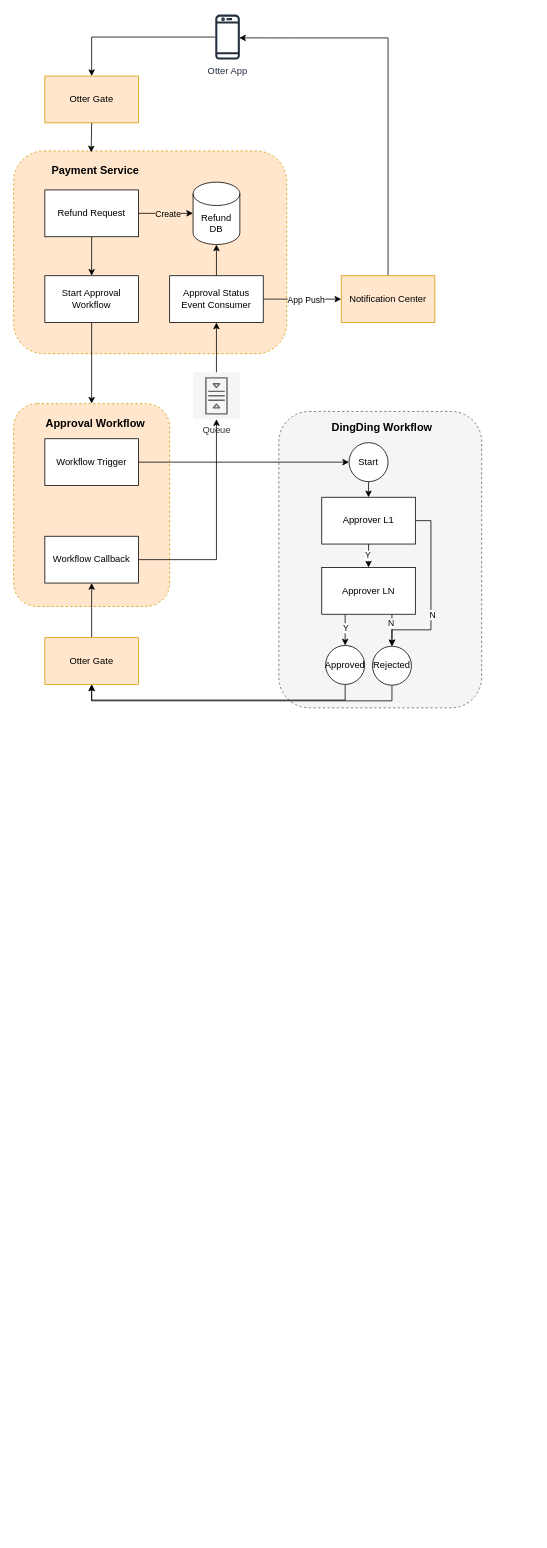
The draw.io diagram Refund Process.drawio in evagle/awesome, before the edit. Source tidied: cells renumbered, new cells numbered last; positions are measured from the earlier drawing's top-left corner, leaving out a move shared by most shapes. Both pictures are drawn from the tidied source at 78%, with x=0, y=0 at pixel (13, 13).
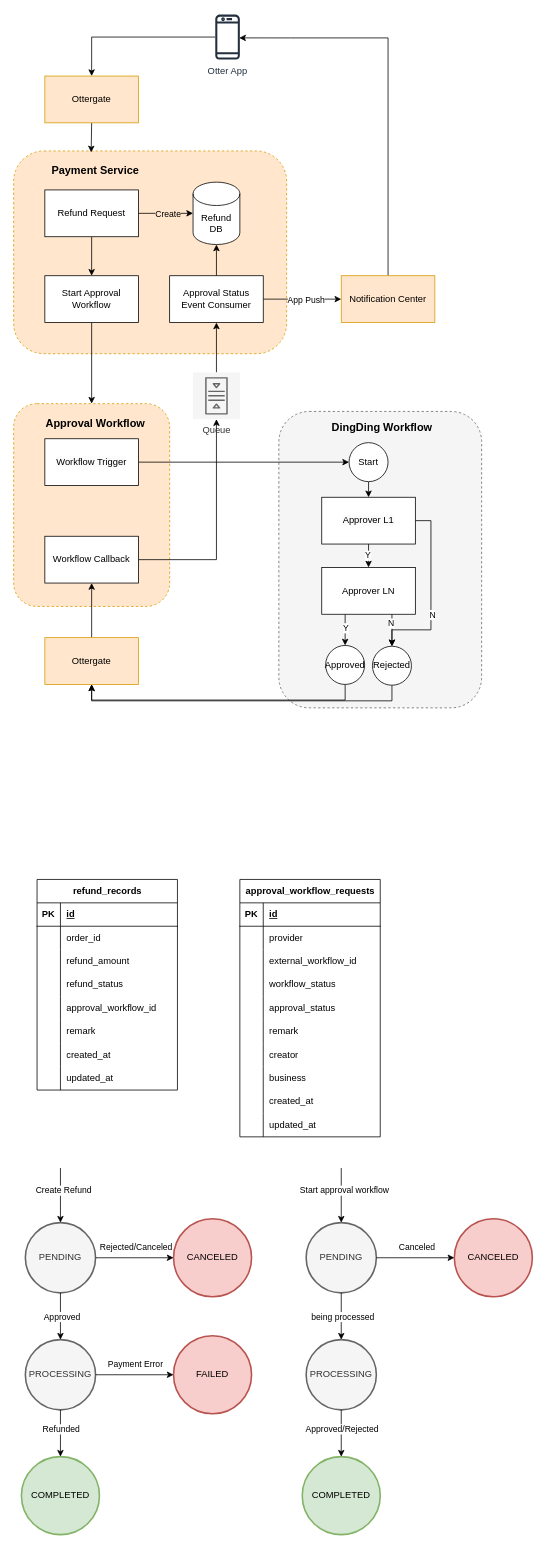
The same diagram, later.

Diff of the diagram source:
```diff
@@
-    <mxCell id="46" value="Otter Gate" style="rounded=0;whiteSpace=wrap;html=1;fillColor=#ffe6cc;strokeColor=#d79b00;" parent="1" vertex="1">
+    <mxCell id="46" value="Ottergate" style="rounded=0;whiteSpace=wrap;html=1;fillColor=#ffe6cc;strokeColor=#d79b00;" parent="1" vertex="1">
       <mxGeometry x="40" y="80" width="120" height="60" as="geometry" />
     </mxCell>
@@
-    <mxCell id="48" value="Otter Gate" style="rounded=0;whiteSpace=wrap;html=1;fillColor=#ffe6cc;strokeColor=#d79b00;" parent="1" vertex="1">
+    <mxCell id="48" value="Ottergate" style="rounded=0;whiteSpace=wrap;html=1;fillColor=#ffe6cc;strokeColor=#d79b00;" parent="1" vertex="1">
       <mxGeometry x="40" y="800" width="120" height="60" as="geometry" />
     </mxCell>
+    <mxCell id="49" value="refund_records" style="shape=table;startSize=30;childLayout=tableLayout;rowLines=0;fontStyle=1;align=center;html=1;" parent="1" vertex="1">
+      <mxGeometry x="30" y="1110" width="180" height="270" as="geometry" />
+    </mxCell>
+    <mxCell id="50" style="shape=tableRow;horizontal=0;startSize=0;swimlaneHead=0;swimlaneBody=0;fillColor=none;top=0;left=0;right=0;bottom=1;" parent="49" vertex="1">
+      <mxGeometry y="30" width="180" height="30" as="geometry" />
+    </mxCell>
+    <mxCell id="51" value="PK" style="shape=partialRectangle;fillColor=none;top=0;left=0;bottom=0;right=0;fontStyle=1;overflow=hidden;whiteSpace=wrap;html=1;" parent="50" vertex="1">
+      <mxGeometry width="30" height="30" as="geometry" />
+    </mxCell>
+    <mxCell id="52" value="id" style="shape=partialRectangle;fillColor=none;top=0;left=0;bottom=0;right=0;align=left;spacingLeft=6;fontStyle=5;overflow=hidden;whiteSpace=wrap;html=1;" parent="50" vertex="1">
+      <mxGeometry x="30" width="150" height="30" as="geometry" />
+    </mxCell>
+    <mxCell id="53" style="shape=tableRow;horizontal=0;startSize=0;swimlaneHead=0;swimlaneBody=0;fillColor=none;top=0;left=0;right=0;bottom=0;" parent="49" vertex="1">
+      <mxGeometry y="60" width="180" height="30" as="geometry" />
+    </mxCell>
+    <mxCell id="54" style="shape=partialRectangle;fillColor=none;top=0;left=0;bottom=0;right=0;overflow=hidden;whiteSpace=wrap;html=1;" parent="53" vertex="1">
+      <mxGeometry width="30" height="30" as="geometry" />
+    </mxCell>
+    <mxCell id="55" value="order_id" style="shape=partialRectangle;fillColor=none;top=0;left=0;bottom=0;right=0;align=left;spacingLeft=6;overflow=hidden;whiteSpace=wrap;html=1;" parent="53" vertex="1">
+      <mxGeometry x="30" width="150" height="30" as="geometry" />
+    </mxCell>
+    <mxCell id="56" style="shape=tableRow;horizontal=0;startSize=0;swimlaneHead=0;swimlaneBody=0;fillColor=none;top=0;left=0;right=0;bottom=0;" parent="49" vertex="1">
+      <mxGeometry y="90" width="180" height="30" as="geometry" />
+    </mxCell>
+    <mxCell id="57" style="shape=partialRectangle;fillColor=none;top=0;left=0;bottom=0;right=0;overflow=hidden;whiteSpace=wrap;html=1;" parent="56" vertex="1">
+      <mxGeometry width="30" height="30" as="geometry" />
+    </mxCell>
+    <mxCell id="58" value="refund_amount" style="shape=partialRectangle;fillColor=none;top=0;left=0;bottom=0;right=0;align=left;spacingLeft=6;overflow=hidden;whiteSpace=wrap;html=1;" parent="56" vertex="1">
+      <mxGeometry x="30" width="150" height="30" as="geometry" />
+    </mxCell>
+    <mxCell id="59" style="shape=tableRow;horizontal=0;startSize=0;swimlaneHead=0;swimlaneBody=0;fillColor=none;top=0;left=0;right=0;bottom=0;" parent="49" vertex="1">
+      <mxGeometry y="120" width="180" height="30" as="geometry" />
+    </mxCell>
+    <mxCell id="60" style="shape=partialRectangle;fillColor=none;top=0;left=0;bottom=0;right=0;overflow=hidden;whiteSpace=wrap;html=1;" parent="59" vertex="1">
+      <mxGeometry width="30" height="30" as="geometry" />
+    </mxCell>
+    <mxCell id="61" value="refund_status" style="shape=partialRectangle;fillColor=none;top=0;left=0;bottom=0;right=0;align=left;spacingLeft=6;overflow=hidden;whiteSpace=wrap;html=1;" parent="59" vertex="1">
+      <mxGeometry x="30" width="150" height="30" as="geometry" />
+    </mxCell>
+    <mxCell id="62" style="shape=tableRow;horizontal=0;startSize=0;swimlaneHead=0;swimlaneBody=0;fillColor=none;top=0;left=0;right=0;bottom=0;" parent="49" vertex="1">
+      <mxGeometry y="150" width="180" height="30" as="geometry" />
+    </mxCell>
+    <mxCell id="63" style="shape=partialRectangle;fillColor=none;top=0;left=0;bottom=0;right=0;overflow=hidden;whiteSpace=wrap;html=1;" parent="62" vertex="1">
+      <mxGeometry width="30" height="30" as="geometry" />
+    </mxCell>
+    <mxCell id="64" value="approval_workflow_id" style="shape=partialRectangle;fillColor=none;top=0;left=0;bottom=0;right=0;align=left;spacingLeft=6;overflow=hidden;whiteSpace=wrap;html=1;" parent="62" vertex="1">
+      <mxGeometry x="30" width="150" height="30" as="geometry" />
+    </mxCell>
+    <mxCell id="65" style="shape=tableRow;horizontal=0;startSize=0;swimlaneHead=0;swimlaneBody=0;fillColor=none;top=0;left=0;right=0;bottom=0;" parent="49" vertex="1">
+      <mxGeometry y="180" width="180" height="30" as="geometry" />
+    </mxCell>
+    <mxCell id="66" style="shape=partialRectangle;fillColor=none;top=0;left=0;bottom=0;right=0;overflow=hidden;whiteSpace=wrap;html=1;" parent="65" vertex="1">
+      <mxGeometry width="30" height="30" as="geometry" />
+    </mxCell>
+    <mxCell id="67" value="remark" style="shape=partialRectangle;fillColor=none;top=0;left=0;bottom=0;right=0;align=left;spacingLeft=6;overflow=hidden;whiteSpace=wrap;html=1;" parent="65" vertex="1">
+      <mxGeometry x="30" width="150" height="30" as="geometry" />
+    </mxCell>
+    <mxCell id="68" style="shape=tableRow;horizontal=0;startSize=0;swimlaneHead=0;swimlaneBody=0;fillColor=none;top=0;left=0;right=0;bottom=0;" parent="49" vertex="1">
+      <mxGeometry y="210" width="180" height="30" as="geometry" />
+    </mxCell>
+    <mxCell id="69" style="shape=partialRectangle;fillColor=none;top=0;left=0;bottom=0;right=0;overflow=hidden;whiteSpace=wrap;html=1;" parent="68" vertex="1">
+      <mxGeometry width="30" height="30" as="geometry" />
+    </mxCell>
+    <mxCell id="70" value="created_at" style="shape=partialRectangle;fillColor=none;top=0;left=0;bottom=0;right=0;align=left;spacingLeft=6;overflow=hidden;whiteSpace=wrap;html=1;" parent="68" vertex="1">
+      <mxGeometry x="30" width="150" height="30" as="geometry" />
+    </mxCell>
+    <mxCell id="71" style="shape=tableRow;horizontal=0;startSize=0;swimlaneHead=0;swimlaneBody=0;fillColor=none;top=0;left=0;right=0;bottom=0;" parent="49" vertex="1">
+      <mxGeometry y="240" width="180" height="30" as="geometry" />
+    </mxCell>
+    <mxCell id="72" style="shape=partialRectangle;fillColor=none;top=0;left=0;bottom=0;right=0;overflow=hidden;whiteSpace=wrap;html=1;" parent="71" vertex="1">
+      <mxGeometry width="30" height="30" as="geometry" />
+    </mxCell>
+    <mxCell id="73" value="updated_at" style="shape=partialRectangle;fillColor=none;top=0;left=0;bottom=0;right=0;align=left;spacingLeft=6;overflow=hidden;whiteSpace=wrap;html=1;" parent="71" vertex="1">
+      <mxGeometry x="30" width="150" height="30" as="geometry" />
+    </mxCell>
+    <mxCell id="74" value="approval_workflow_requests" style="shape=table;startSize=30;childLayout=tableLayout;rowLines=0;fontStyle=1;align=center;html=1;" parent="1" vertex="1">
+      <mxGeometry x="290" y="1110" width="180" height="330" as="geometry" />
+    </mxCell>
+    <mxCell id="75" style="shape=tableRow;horizontal=0;startSize=0;swimlaneHead=0;swimlaneBody=0;fillColor=none;top=0;left=0;right=0;bottom=1;" parent="74" vertex="1">
+      <mxGeometry y="30" width="180" height="30" as="geometry" />
+    </mxCell>
+    <mxCell id="76" value="PK" style="shape=partialRectangle;fillColor=none;top=0;left=0;bottom=0;right=0;fontStyle=1;overflow=hidden;whiteSpace=wrap;html=1;" parent="75" vertex="1">
+      <mxGeometry width="30" height="30" as="geometry" />
+    </mxCell>
+    <mxCell id="77" value="id" style="shape=partialRectangle;fillColor=none;top=0;left=0;bottom=0;right=0;align=left;spacingLeft=6;fontStyle=5;overflow=hidden;whiteSpace=wrap;html=1;" parent="75" vertex="1">
+      <mxGeometry x="30" width="150" height="30" as="geometry" />
+    </mxCell>
+    <mxCell id="78" style="shape=tableRow;horizontal=0;startSize=0;swimlaneHead=0;swimlaneBody=0;fillColor=none;top=0;left=0;right=0;bottom=0;" parent="74" vertex="1">
+      <mxGeometry y="60" width="180" height="30" as="geometry" />
+    </mxCell>
+    <mxCell id="79" style="shape=partialRectangle;fillColor=none;top=0;left=0;bottom=0;right=0;overflow=hidden;whiteSpace=wrap;html=1;" parent="78" vertex="1">
+      <mxGeometry width="30" height="30" as="geometry" />
+    </mxCell>
+    <mxCell id="80" value="provider" style="shape=partialRectangle;fillColor=none;top=0;left=0;bottom=0;right=0;align=left;spacingLeft=6;overflow=hidden;whiteSpace=wrap;html=1;" parent="78" vertex="1">
+      <mxGeometry x="30" width="150" height="30" as="geometry" />
+    </mxCell>
+    <mxCell id="81" style="shape=tableRow;horizontal=0;startSize=0;swimlaneHead=0;swimlaneBody=0;fillColor=none;top=0;left=0;right=0;bottom=0;" parent="74" vertex="1">
+      <mxGeometry y="90" width="180" height="30" as="geometry" />
+    </mxCell>
+    <mxCell id="82" style="shape=partialRectangle;fillColor=none;top=0;left=0;bottom=0;right=0;overflow=hidden;whiteSpace=wrap;html=1;" parent="81" vertex="1">
+      <mxGeometry width="30" height="30" as="geometry" />
+    </mxCell>
+    <mxCell id="83" value="external_workflow_id" style="shape=partialRectangle;fillColor=none;top=0;left=0;bottom=0;right=0;align=left;spacingLeft=6;overflow=hidden;whiteSpace=wrap;html=1;" parent="81" vertex="1">
+      <mxGeometry x="30" width="150" height="30" as="geometry" />
+    </mxCell>
+    <mxCell id="84" style="shape=tableRow;horizontal=0;startSize=0;swimlaneHead=0;swimlaneBody=0;fillColor=none;top=0;left=0;right=0;bottom=0;" parent="74" vertex="1">
+      <mxGeometry y="120" width="180" height="30" as="geometry" />
+    </mxCell>
+    <mxCell id="85" style="shape=partialRectangle;fillColor=none;top=0;left=0;bottom=0;right=0;overflow=hidden;whiteSpace=wrap;html=1;" parent="84" vertex="1">
+      <mxGeometry width="30" height="30" as="geometry" />
+    </mxCell>
+    <mxCell id="86" value="workflow_status" style="shape=partialRectangle;fillColor=none;top=0;left=0;bottom=0;right=0;align=left;spacingLeft=6;overflow=hidden;whiteSpace=wrap;html=1;" parent="84" vertex="1">
+      <mxGeometry x="30" width="150" height="30" as="geometry" />
+    </mxCell>
+    <mxCell id="87" style="shape=tableRow;horizontal=0;startSize=0;swimlaneHead=0;swimlaneBody=0;fillColor=none;top=0;left=0;right=0;bottom=0;" parent="74" vertex="1">
+      <mxGeometry y="150" width="180" height="30" as="geometry" />
+    </mxCell>
+    <mxCell id="88" style="shape=partialRectangle;fillColor=none;top=0;left=0;bottom=0;right=0;overflow=hidden;whiteSpace=wrap;html=1;" parent="87" vertex="1">
+      <mxGeometry width="30" height="30" as="geometry" />
+    </mxCell>
+    <mxCell id="89" value="approval_status" style="shape=partialRectangle;fillColor=none;top=0;left=0;bottom=0;right=0;align=left;spacingLeft=6;overflow=hidden;whiteSpace=wrap;html=1;" parent="87" vertex="1">
+      <mxGeometry x="30" width="150" height="30" as="geometry" />
+    </mxCell>
+    <mxCell id="90" style="shape=tableRow;horizontal=0;startSize=0;swimlaneHead=0;swimlaneBody=0;fillColor=none;top=0;left=0;right=0;bottom=0;" parent="74" vertex="1">
+      <mxGeometry y="180" width="180" height="30" as="geometry" />
+    </mxCell>
+    <mxCell id="91" style="shape=partialRectangle;fillColor=none;top=0;left=0;bottom=0;right=0;overflow=hidden;whiteSpace=wrap;html=1;" parent="90" vertex="1">
+      <mxGeometry width="30" height="30" as="geometry" />
+    </mxCell>
+    <mxCell id="92" value="remark" style="shape=partialRectangle;fillColor=none;top=0;left=0;bottom=0;right=0;align=left;spacingLeft=6;overflow=hidden;whiteSpace=wrap;html=1;" parent="90" vertex="1">
+      <mxGeometry x="30" width="150" height="30" as="geometry" />
+    </mxCell>
+    <mxCell id="93" style="shape=tableRow;horizontal=0;startSize=0;swimlaneHead=0;swimlaneBody=0;fillColor=none;top=0;left=0;right=0;bottom=0;" parent="74" vertex="1">
+      <mxGeometry y="210" width="180" height="30" as="geometry" />
+    </mxCell>
+    <mxCell id="94" style="shape=partialRectangle;fillColor=none;top=0;left=0;bottom=0;right=0;overflow=hidden;whiteSpace=wrap;html=1;" parent="93" vertex="1">
+      <mxGeometry width="30" height="30" as="geometry" />
+    </mxCell>
+    <mxCell id="95" value="creator" style="shape=partialRectangle;fillColor=none;top=0;left=0;bottom=0;right=0;align=left;spacingLeft=6;overflow=hidden;whiteSpace=wrap;html=1;" parent="93" vertex="1">
+      <mxGeometry x="30" width="150" height="30" as="geometry" />
+    </mxCell>
+    <mxCell id="96" style="shape=tableRow;horizontal=0;startSize=0;swimlaneHead=0;swimlaneBody=0;fillColor=none;top=0;left=0;right=0;bottom=0;" parent="74" vertex="1">
+      <mxGeometry y="240" width="180" height="30" as="geometry" />
+    </mxCell>
+    <mxCell id="97" style="shape=partialRectangle;fillColor=none;top=0;left=0;bottom=0;right=0;overflow=hidden;whiteSpace=wrap;html=1;" parent="96" vertex="1">
+      <mxGeometry width="30" height="30" as="geometry" />
+    </mxCell>
+    <mxCell id="98" value="business" style="shape=partialRectangle;fillColor=none;top=0;left=0;bottom=0;right=0;align=left;spacingLeft=6;overflow=hidden;whiteSpace=wrap;html=1;" parent="96" vertex="1">
+      <mxGeometry x="30" width="150" height="30" as="geometry" />
+    </mxCell>
+    <mxCell id="99" style="shape=tableRow;horizontal=0;startSize=0;swimlaneHead=0;swimlaneBody=0;fillColor=none;top=0;left=0;right=0;bottom=0;" parent="74" vertex="1">
+      <mxGeometry y="270" width="180" height="30" as="geometry" />
+    </mxCell>
+    <mxCell id="100" style="shape=partialRectangle;fillColor=none;top=0;left=0;bottom=0;right=0;overflow=hidden;whiteSpace=wrap;html=1;" parent="99" vertex="1">
+      <mxGeometry width="30" height="30" as="geometry" />
+    </mxCell>
+    <mxCell id="101" value="created_at" style="shape=partialRectangle;fillColor=none;top=0;left=0;bottom=0;right=0;align=left;spacingLeft=6;overflow=hidden;whiteSpace=wrap;html=1;" parent="99" vertex="1">
+      <mxGeometry x="30" width="150" height="30" as="geometry" />
+    </mxCell>
+    <mxCell id="102" style="shape=tableRow;horizontal=0;startSize=0;swimlaneHead=0;swimlaneBody=0;fillColor=none;top=0;left=0;right=0;bottom=0;" parent="74" vertex="1">
+      <mxGeometry y="300" width="180" height="30" as="geometry" />
+    </mxCell>
+    <mxCell id="103" style="shape=partialRectangle;fillColor=none;top=0;left=0;bottom=0;right=0;overflow=hidden;whiteSpace=wrap;html=1;" parent="102" vertex="1">
+      <mxGeometry width="30" height="30" as="geometry" />
+    </mxCell>
+    <mxCell id="104" value="updated_at" style="shape=partialRectangle;fillColor=none;top=0;left=0;bottom=0;right=0;align=left;spacingLeft=6;overflow=hidden;whiteSpace=wrap;html=1;" parent="102" vertex="1">
+      <mxGeometry x="30" width="150" height="30" as="geometry" />
+    </mxCell>
+    <mxCell id="105" value="PENDING" style="strokeWidth=2;html=1;shape=mxgraph.flowchart.start_2;whiteSpace=wrap;fillColor=#f5f5f5;fontColor=#333333;strokeColor=#666666;" parent="1" vertex="1">
+      <mxGeometry x="15" y="1550" width="90" height="90" as="geometry" />
+    </mxCell>
+    <mxCell id="106" value="CANCELED" style="strokeWidth=2;html=1;shape=mxgraph.flowchart.start_2;whiteSpace=wrap;fillColor=#f8cecc;strokeColor=#b85450;" parent="1" vertex="1">
+      <mxGeometry x="205" y="1545" width="100" height="100" as="geometry" />
+    </mxCell>
+    <mxCell id="107" value="PROCESSING" style="strokeWidth=2;html=1;shape=mxgraph.flowchart.start_2;whiteSpace=wrap;fillColor=#f5f5f5;fontColor=#333333;strokeColor=#666666;" parent="1" vertex="1">
+      <mxGeometry x="15" y="1700" width="90" height="90" as="geometry" />
+    </mxCell>
+    <mxCell id="108" value="COMPLETED" style="strokeWidth=2;html=1;shape=mxgraph.flowchart.start_2;whiteSpace=wrap;fillColor=#d5e8d4;strokeColor=#82b366;" parent="1" vertex="1">
+      <mxGeometry x="10" y="1850" width="100" height="100" as="geometry" />
+    </mxCell>
+    <mxCell id="109" value="FAILED" style="strokeWidth=2;html=1;shape=mxgraph.flowchart.start_2;whiteSpace=wrap;fillColor=#f8cecc;strokeColor=#b85450;" parent="1" vertex="1">
+      <mxGeometry x="205" y="1695" width="100" height="100" as="geometry" />
+    </mxCell>
+    <mxCell id="110" style="endArrow=classic;html=1;rounded=0;entryX=0.5;entryY=0;entryDx=0;entryDy=0;entryPerimeter=0;" parent="1" edge="1" target="105">
+      <mxGeometry relative="1" as="geometry">
+        <mxPoint x="60" y="1480" as="sourcePoint" />
+      </mxGeometry>
+    </mxCell>
+    <mxCell id="111" value="Create Refund" style="edgeLabel;html=1;align=center;verticalAlign=middle;" parent="110" vertex="1">
+      <mxGeometry x="-0.19" y="6" relative="1" as="geometry">
+        <mxPoint x="-3" as="offset" />
+      </mxGeometry>
+    </mxCell>
+    <mxCell id="112" style="edgeStyle=orthogonalEdgeStyle;rounded=0;jettySize=auto;html=1;exitX=1;exitY=0.5;exitDx=0;exitDy=0;exitPerimeter=0;entryX=0;entryY=0.5;entryDx=0;entryDy=0;entryPerimeter=0;" parent="1" edge="1" source="105" target="106">
+      <mxGeometry relative="1" as="geometry" />
+    </mxCell>
+    <mxCell id="113" value="Rejected/Canceled" style="edgeLabel;html=1;align=center;verticalAlign=middle;" parent="112" vertex="1">
+      <mxGeometry x="-0.31" y="4" relative="1" as="geometry">
+        <mxPoint x="16" y="-11" as="offset" />
+      </mxGeometry>
+    </mxCell>
+    <mxCell id="114" style="edgeStyle=orthogonalEdgeStyle;rounded=0;jettySize=auto;html=1;exitX=0.5;exitY=1;exitDx=0;exitDy=0;exitPerimeter=0;entryX=0.5;entryY=0;entryDx=0;entryDy=0;entryPerimeter=0;" parent="1" edge="1" source="105" target="107">
+      <mxGeometry relative="1" as="geometry" />
+    </mxCell>
+    <mxCell id="115" value="Approved" style="edgeLabel;html=1;align=center;verticalAlign=middle;" parent="114" vertex="1">
+      <mxGeometry x="0.01" y="1" relative="1" as="geometry" />
+    </mxCell>
+    <mxCell id="116" style="edgeStyle=orthogonalEdgeStyle;rounded=0;jettySize=auto;html=1;exitX=0.5;exitY=1;exitDx=0;exitDy=0;exitPerimeter=0;entryX=0.5;entryY=0;entryDx=0;entryDy=0;entryPerimeter=0;" parent="1" edge="1" source="107" target="108">
+      <mxGeometry relative="1" as="geometry" />
+    </mxCell>
+    <mxCell id="117" value="Refunded" style="edgeLabel;html=1;align=center;verticalAlign=middle;" parent="116" vertex="1">
+      <mxGeometry x="-0.19" relative="1" as="geometry" />
+    </mxCell>
+    <mxCell id="118" style="edgeStyle=orthogonalEdgeStyle;rounded=0;jettySize=auto;html=1;exitX=1;exitY=0.5;exitDx=0;exitDy=0;exitPerimeter=0;entryX=0;entryY=0.5;entryDx=0;entryDy=0;entryPerimeter=0;" parent="1" edge="1" source="107" target="109">
+      <mxGeometry relative="1" as="geometry" />
+    </mxCell>
+    <mxCell id="119" value="Payment Error" style="edgeLabel;html=1;align=center;verticalAlign=middle;" parent="118" vertex="1">
+      <mxGeometry relative="1" as="geometry">
+        <mxPoint y="-15" as="offset" />
+      </mxGeometry>
+    </mxCell>
+    <mxCell id="120" value="PENDING" style="strokeWidth=2;html=1;shape=mxgraph.flowchart.start_2;whiteSpace=wrap;fillColor=#f5f5f5;fontColor=#333333;strokeColor=#666666;" parent="1" vertex="1">
+      <mxGeometry x="375" y="1550" width="90" height="90" as="geometry" />
+    </mxCell>
+    <mxCell id="121" value="CANCELED" style="strokeWidth=2;html=1;shape=mxgraph.flowchart.start_2;whiteSpace=wrap;fillColor=#f8cecc;strokeColor=#b85450;" parent="1" vertex="1">
+      <mxGeometry x="565" y="1545" width="100" height="100" as="geometry" />
+    </mxCell>
+    <mxCell id="122" value="PROCESSING" style="strokeWidth=2;html=1;shape=mxgraph.flowchart.start_2;whiteSpace=wrap;fillColor=#f5f5f5;fontColor=#333333;strokeColor=#666666;" parent="1" vertex="1">
+      <mxGeometry x="375" y="1700" width="90" height="90" as="geometry" />
+    </mxCell>
+    <mxCell id="123" value="COMPLETED" style="strokeWidth=2;html=1;shape=mxgraph.flowchart.start_2;whiteSpace=wrap;fillColor=#d5e8d4;strokeColor=#82b366;" parent="1" vertex="1">
+      <mxGeometry x="370" y="1850" width="100" height="100" as="geometry" />
+    </mxCell>
+    <mxCell id="124" style="endArrow=classic;html=1;rounded=0;entryX=0.5;entryY=0;entryDx=0;entryDy=0;entryPerimeter=0;" parent="1" edge="1" target="120">
+      <mxGeometry relative="1" as="geometry">
+        <mxPoint x="420" y="1480" as="sourcePoint" />
+      </mxGeometry>
+    </mxCell>
+    <mxCell id="125" value="Start approval workflow" style="edgeLabel;html=1;align=center;verticalAlign=middle;" parent="124" vertex="1">
+      <mxGeometry x="-0.19" y="6" relative="1" as="geometry">
+        <mxPoint x="-3" as="offset" />
+      </mxGeometry>
+    </mxCell>
+    <mxCell id="126" style="edgeStyle=orthogonalEdgeStyle;rounded=0;jettySize=auto;html=1;exitX=1;exitY=0.5;exitDx=0;exitDy=0;exitPerimeter=0;entryX=0;entryY=0.5;entryDx=0;entryDy=0;entryPerimeter=0;" parent="1" edge="1" source="120" target="121">
+      <mxGeometry relative="1" as="geometry" />
+    </mxCell>
+    <mxCell id="127" value="Canceled" style="edgeLabel;html=1;align=center;verticalAlign=middle;" parent="126" vertex="1">
+      <mxGeometry x="-0.31" y="4" relative="1" as="geometry">
+        <mxPoint x="16" y="-11" as="offset" />
+      </mxGeometry>
+    </mxCell>
+    <mxCell id="128" style="edgeStyle=orthogonalEdgeStyle;rounded=0;jettySize=auto;html=1;exitX=0.5;exitY=1;exitDx=0;exitDy=0;exitPerimeter=0;entryX=0.5;entryY=0;entryDx=0;entryDy=0;entryPerimeter=0;" parent="1" edge="1" source="120" target="122">
+      <mxGeometry relative="1" as="geometry" />
+    </mxCell>
+    <mxCell id="129" value="being processed" style="edgeLabel;html=1;align=center;verticalAlign=middle;" parent="128" vertex="1">
+      <mxGeometry x="0.01" y="1" relative="1" as="geometry" />
+    </mxCell>
+    <mxCell id="130" style="edgeStyle=orthogonalEdgeStyle;rounded=0;jettySize=auto;html=1;exitX=0.5;exitY=1;exitDx=0;exitDy=0;exitPerimeter=0;entryX=0.5;entryY=0;entryDx=0;entryDy=0;entryPerimeter=0;" parent="1" edge="1" source="122" target="123">
+      <mxGeometry relative="1" as="geometry" />
+    </mxCell>
+    <mxCell id="131" value="Approved/Rejected" style="edgeLabel;html=1;align=center;verticalAlign=middle;" parent="130" vertex="1">
+      <mxGeometry x="-0.19" relative="1" as="geometry" />
+    </mxCell>
```
